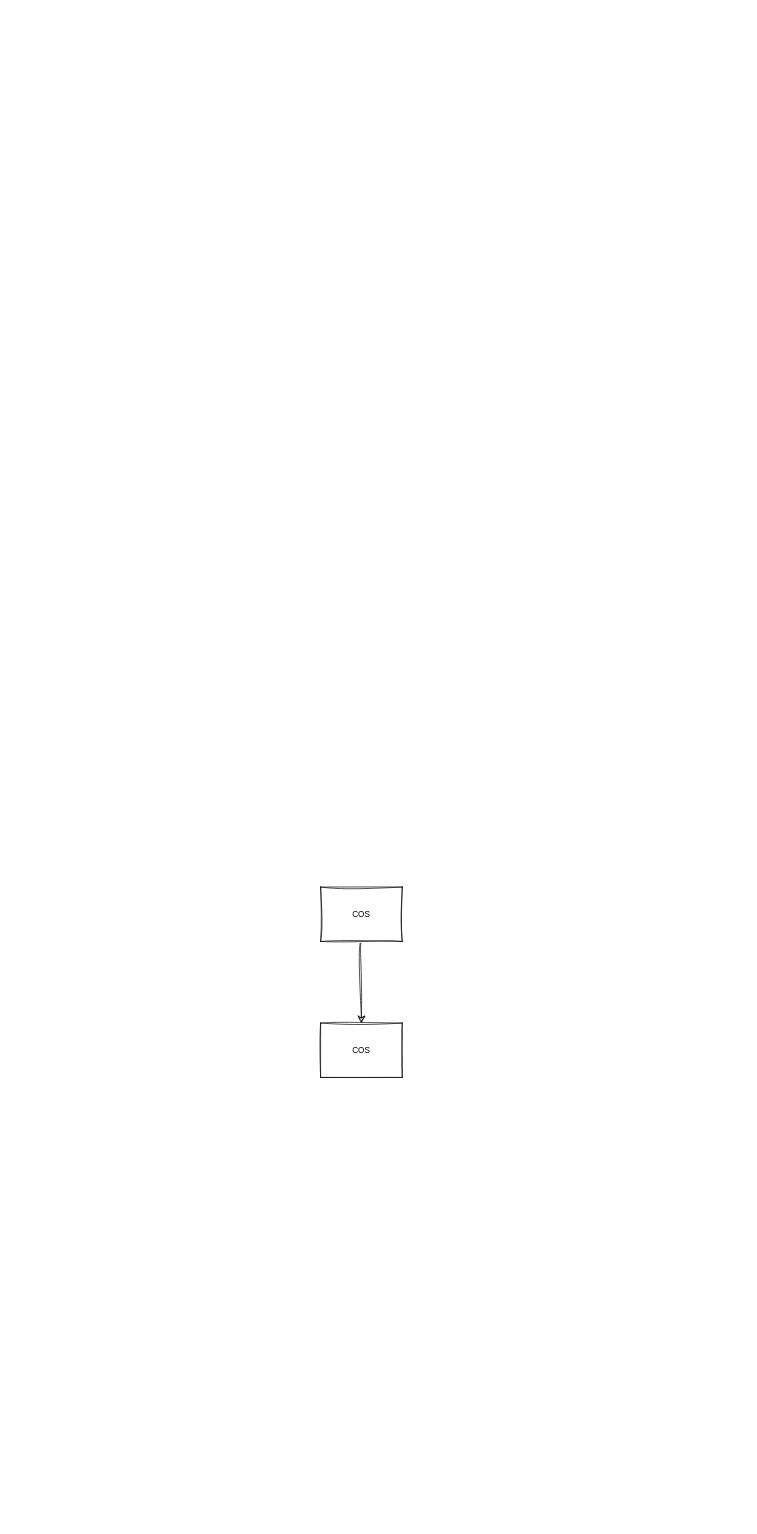
The draw.io diagram page "SLEEKAHQ-COS" (1 of 2) of Sleekahq-COS.drawio in LIVINUX/sleekahq-cos, before the edit. Source tidied: cells renumbered, new cells numbered last; positions are measured from the earlier drawing's top-left corner, leaving out a move shared by most shapes. Both pictures are drawn from the tidied source at 68%, with x=0, y=0 at pixel (320, 887).
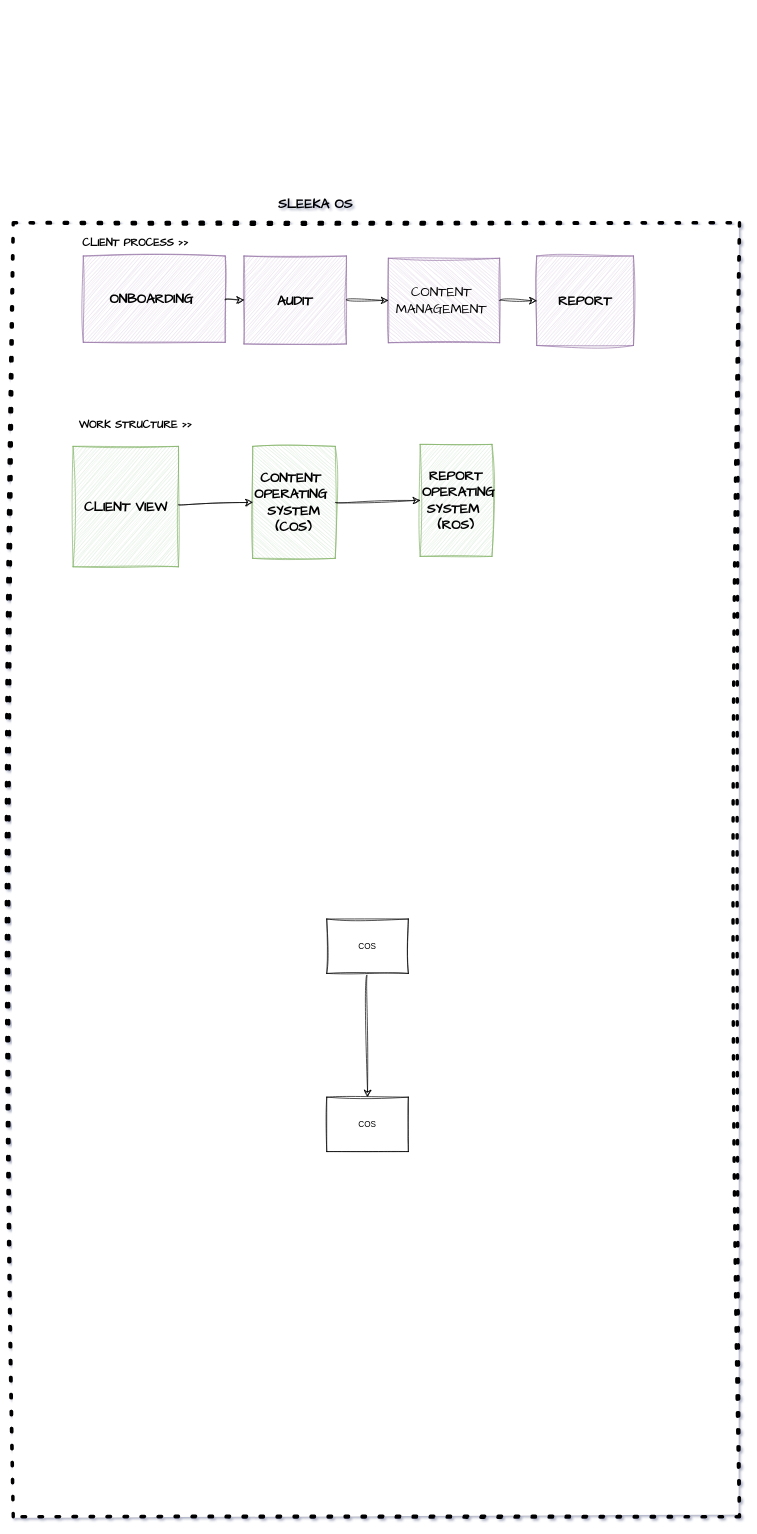
The same diagram, later.

Diff of the diagram source:
```diff
@@
-<mxGraphModel>
+<mxGraphModel shadow="1">
@@
+    <mxCell id="5" style="rounded=0;whiteSpace=wrap;html=1;sketch=1;hachureGap=4;jiggle=2;curveFitting=1;fontFamily=Architects Daughter;dashed=1;dashPattern=1 4;strokeWidth=5;perimeterSpacing=0;" parent="1" vertex="1">
+      <mxGeometry x="-452" y="-977" width="1068" height="1903" as="geometry" />
+    </mxCell>
@@
     <mxCell id="3" value="COS" style="whiteSpace=wrap;html=1;rounded=0;sketch=1;curveFitting=1;jiggle=2;" parent="1" vertex="1">
-      <mxGeometry width="120" height="80" as="geometry" />
+      <mxGeometry x="9" y="47" width="120" height="80" as="geometry" />
     </mxCell>
     <mxCell id="4" value="COS" style="whiteSpace=wrap;html=1;rounded=0;sketch=1;curveFitting=1;jiggle=2;" parent="1" vertex="1">
-      <mxGeometry y="200" width="120" height="80" as="geometry" />
+      <mxGeometry x="9" y="309" width="120" height="80" as="geometry" />
     </mxCell>
+    <mxCell id="6" style="group;rotation=90;" parent="1" vertex="1">
+      <mxGeometry x="-349" y="-928" width="884" height="166" as="geometry" />
+    </mxCell>
+    <mxCell id="7" value="ONBOARDING&amp;nbsp;" style="whiteSpace=wrap;html=1;sketch=1;hachureGap=4;jiggle=2;curveFitting=1;fontFamily=Architects Daughter;glass=0;shadow=0;rounded=0;fillColor=#e1d5e7;strokeColor=#9673a6;fontSize=20;fontStyle=1;labelBackgroundColor=none;" parent="6" vertex="1">
+      <mxGeometry width="208.7" height="126.9" as="geometry" />
+    </mxCell>
+    <mxCell id="8" value="AUDIT" style="whiteSpace=wrap;html=1;sketch=1;hachureGap=4;jiggle=2;curveFitting=1;fontFamily=Architects Daughter;fillColor=#e1d5e7;strokeColor=#9673a6;fontSize=20;fontStyle=1;gradientColor=none;shadow=0;" parent="6" vertex="1">
+      <mxGeometry x="236.3" width="150.6" height="129.3" as="geometry" />
+    </mxCell>
+    <mxCell id="9" value="REPORT" style="whiteSpace=wrap;html=1;sketch=1;hachureGap=4;jiggle=2;curveFitting=1;fontFamily=Architects Daughter;fontSize=20;fontStyle=1;fillColor=#e1d5e7;strokeColor=#9673a6;" parent="6" vertex="1">
+      <mxGeometry x="666.8" width="142.3" height="131.6" as="geometry" />
+    </mxCell>
+    <mxCell id="10" value="CONTENT&amp;nbsp;&lt;div&gt;MANAGEMENT&amp;nbsp;&lt;/div&gt;" style="whiteSpace=wrap;html=1;sketch=1;hachureGap=4;jiggle=2;curveFitting=1;fontFamily=Architects Daughter;direction=south;fontSize=20;fillColor=#e1d5e7;strokeColor=#9673a6;" parent="6" vertex="1">
+      <mxGeometry x="448.6" y="3.3" width="163.7" height="124.2" as="geometry" />
+    </mxCell>
+    <mxCell id="11" style="edgeStyle=none;curved=1;rounded=0;sketch=1;hachureGap=4;jiggle=2;curveFitting=1;jettySize=auto;html=1;fontFamily=Architects Daughter;fontSize=12;startSize=8;endSize=8;entryX=0;entryY=0.5;entryDx=0;entryDy=0;" parent="6" edge="1" source="7" target="8">
+      <mxGeometry relative="1" as="geometry" />
+    </mxCell>
+    <mxCell id="12" style="edgeStyle=none;curved=1;rounded=0;sketch=1;hachureGap=4;jiggle=2;curveFitting=1;jettySize=auto;html=1;fontFamily=Architects Daughter;fontSize=12;startSize=8;endSize=8;exitX=1;exitY=0.5;exitDx=0;exitDy=0;entryX=0.5;entryY=1;entryDx=0;entryDy=0;" parent="6" edge="1" source="8" target="10">
+      <mxGeometry relative="1" as="geometry" />
+    </mxCell>
+    <mxCell id="13" style="edgeStyle=none;curved=1;rounded=0;sketch=1;hachureGap=4;jiggle=2;curveFitting=1;jettySize=auto;html=1;fontFamily=Architects Daughter;fontSize=12;startSize=8;endSize=8;exitX=0.5;exitY=0;exitDx=0;exitDy=0;entryX=0;entryY=0.5;entryDx=0;entryDy=0;" parent="6" edge="1" source="10" target="9">
+      <mxGeometry relative="1" as="geometry" />
+    </mxCell>
+    <mxCell id="14" value="SLEEKA OS" style="text;html=1;whiteSpace=wrap;strokeColor=none;fillColor=none;align=center;verticalAlign=middle;rounded=0;fontSize=20;fontFamily=Architects Daughter;fontStyle=1;" parent="1" vertex="1">
+      <mxGeometry x="-191.5" y="-1046" width="367" height="81" as="geometry" />
+    </mxCell>
+    <mxCell id="15" style="group;" parent="1" vertex="1">
+      <mxGeometry x="-364" y="-651" width="616" height="180" as="geometry" />
+    </mxCell>
+    <mxCell id="16" value="CLIENT VIEW" style="whiteSpace=wrap;html=1;sketch=1;hachureGap=4;jiggle=2;curveFitting=1;fontFamily=Architects Daughter;fontStyle=1;fontSize=20;fillColor=#d5e8d4;strokeColor=#82b366;" parent="15" vertex="1">
+      <mxGeometry y="2.9" width="154.9" height="177.1" as="geometry" />
+    </mxCell>
+    <mxCell id="17" value="REPORT&lt;div&gt;&amp;nbsp;OPERATING&lt;/div&gt;&lt;div&gt;SYSTEM&amp;nbsp;&lt;/div&gt;&lt;div&gt;(ROS)&lt;/div&gt;" style="whiteSpace=wrap;html=1;sketch=1;hachureGap=4;jiggle=2;curveFitting=1;fontFamily=Architects Daughter;fontStyle=1;fontSize=20;fillColor=#d5e8d4;strokeColor=#82b366;" parent="15" vertex="1">
+      <mxGeometry x="510.4" width="105.6" height="164.7" as="geometry" />
+    </mxCell>
+    <mxCell id="18" value="CONTENT&amp;nbsp;&lt;div&gt;OPERATING&amp;nbsp;&lt;/div&gt;&lt;div&gt;SYSTEM&lt;/div&gt;&lt;div&gt;(COS)&lt;/div&gt;" style="whiteSpace=wrap;html=1;sketch=1;hachureGap=4;jiggle=2;curveFitting=1;fontFamily=Architects Daughter;direction=south;fillColor=#d5e8d4;strokeColor=#82b366;fontStyle=1;fontSize=20;" parent="15" vertex="1">
+      <mxGeometry x="264.1" y="2.9" width="121.4" height="164.7" as="geometry" />
+    </mxCell>
+    <mxCell id="19" style="edgeStyle=none;curved=1;rounded=0;sketch=1;hachureGap=4;jiggle=2;curveFitting=1;jettySize=auto;html=1;fontFamily=Architects Daughter;fontSize=12;startSize=8;endSize=8;entryX=0.5;entryY=1;entryDx=0;entryDy=0;" parent="15" edge="1" source="16" target="18">
+      <mxGeometry relative="1" as="geometry" />
+    </mxCell>
+    <mxCell id="20" style="edgeStyle=none;curved=1;rounded=0;sketch=1;hachureGap=4;jiggle=2;curveFitting=1;jettySize=auto;html=1;fontFamily=Architects Daughter;fontSize=12;startSize=8;endSize=8;exitX=0.5;exitY=0;exitDx=0;exitDy=0;entryX=0;entryY=0.5;entryDx=0;entryDy=0;" parent="15" edge="1" source="18" target="17">
+      <mxGeometry relative="1" as="geometry" />
+    </mxCell>
+    <mxCell id="21" value="CLIENT PROCESS &amp;gt;&amp;gt;" style="text;html=1;whiteSpace=wrap;strokeColor=none;fillColor=none;align=center;verticalAlign=middle;rounded=0;fontSize=16;fontFamily=Architects Daughter;fontStyle=1;" parent="1" vertex="1">
+      <mxGeometry x="-353" y="-984" width="162" height="73" as="geometry" />
+    </mxCell>
+    <mxCell id="22" value="WORK STRUCTURE &amp;gt;&amp;gt;" style="text;html=1;whiteSpace=wrap;strokeColor=none;fillColor=none;align=center;verticalAlign=middle;rounded=0;fontSize=16;fontFamily=Architects Daughter;fontStyle=1;" parent="1" vertex="1">
+      <mxGeometry x="-370" y="-717" width="196" height="73" as="geometry" />
+    </mxCell>
```
